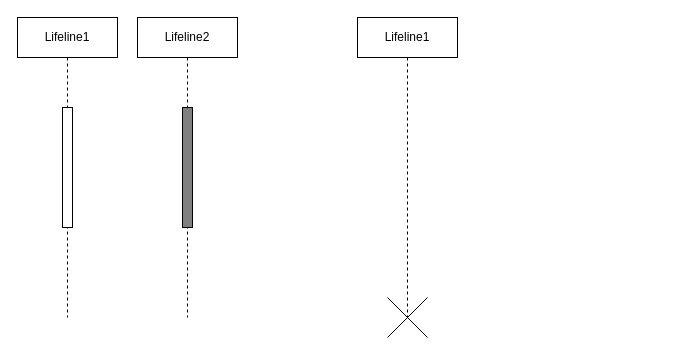
Before: 未命名绘图.drawio in yanglinlong6/design_flowchart, a draw.io diagram. Source tidied: cells renumbered, new cells numbered last; positions are measured from the earlier drawing's top-left corner, leaving out a move shared by most shapes. Both pictures are drawn from the tidied source at 100%, with x=0, y=0 at pixel (17, 17).
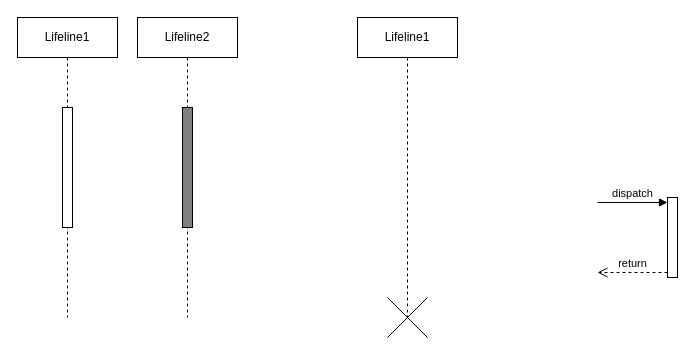
The same page after the edit.

Commit message:
更新未命名绘图.drawio

Diff of the diagram source:
```diff
@@
 <mxGraphModel>
   <root>
     <mxCell id="0" />
     <mxCell id="1" parent="0" />
     <mxCell id="2" value="Lifeline2" style="shape=umlLifeline;perimeter=lifelinePerimeter;whiteSpace=wrap;html=1;newEdgeStyle={&quot;edgeStyle&quot;:&quot;elbowEdgeStyle&quot;,&quot;elbow&quot;:&quot;vertical&quot;,&quot;curved&quot;:0,&quot;rounded&quot;:0};" parent="1" vertex="1">
       <mxGeometry x="120" width="100" height="300" as="geometry" />
     </mxCell>
     <mxCell id="3" style="html=1;perimeter=orthogonalPerimeter;targetShapes=umlLifeline;newEdgeStyle={&quot;curved&quot;:0,&quot;rounded&quot;:0};fillColor=#808080;" parent="2" vertex="1">
       <mxGeometry x="45" y="90" width="10" height="120" as="geometry" />
     </mxCell>
     <mxCell id="4" value="Lifeline1" style="shape=umlLifeline;perimeter=lifelinePerimeter;whiteSpace=wrap;html=1;newEdgeStyle={&quot;edgeStyle&quot;:&quot;elbowEdgeStyle&quot;,&quot;elbow&quot;:&quot;vertical&quot;,&quot;curved&quot;:0,&quot;rounded&quot;:0};" parent="1" vertex="1">
       <mxGeometry width="100" height="300" as="geometry" />
     </mxCell>
     <mxCell id="5" style="html=1;perimeter=orthogonalPerimeter;targetShapes=umlLifeline;newEdgeStyle={&quot;curved&quot;:0,&quot;rounded&quot;:0};" parent="4" vertex="1">
       <mxGeometry x="45" y="90" width="10" height="120" as="geometry" />
     </mxCell>
     <mxCell id="6" value="Lifeline1" style="shape=umlLifeline;perimeter=lifelinePerimeter;whiteSpace=wrap;html=1;newEdgeStyle={&quot;edgeStyle&quot;:&quot;elbowEdgeStyle&quot;,&quot;elbow&quot;:&quot;vertical&quot;,&quot;curved&quot;:0,&quot;rounded&quot;:0};" parent="1" vertex="1">
       <mxGeometry x="340" width="100" height="300" as="geometry" />
     </mxCell>
     <mxCell id="7" style="shape=umlDestroy;dashed=0;targetShapes=umlLifeline;" parent="6" vertex="1">
       <mxGeometry x="30" y="280" width="40" height="40" as="geometry" />
     </mxCell>
+    <mxCell id="8" style="html=1;points=[[0,0,0,0,5],[0,1,0,0,-5],[1,0,0,0,5],[1,1,0,0,-5]];perimeter=orthogonalPerimeter;outlineConnect=0;targetShapes=umlLifeline;portConstraint=eastwest;newEdgeStyle={&quot;curved&quot;:0,&quot;rounded&quot;:0};" parent="1" vertex="1">
+      <mxGeometry x="650" y="180" width="10" height="80" as="geometry" />
+    </mxCell>
+    <mxCell id="9" value="dispatch" style="html=1;verticalAlign=bottom;endArrow=block;curved=0;rounded=0;entryX=0;entryY=0;entryDx=0;entryDy=5;" parent="1" edge="1" target="8">
+      <mxGeometry relative="1" as="geometry">
+        <mxPoint x="580" y="185" as="sourcePoint" />
+      </mxGeometry>
+    </mxCell>
+    <mxCell id="10" value="return" style="html=1;verticalAlign=bottom;endArrow=open;dashed=1;endSize=8;curved=0;rounded=0;exitX=0;exitY=1;exitDx=0;exitDy=-5;" parent="1" edge="1" source="8">
+      <mxGeometry relative="1" as="geometry">
+        <mxPoint x="580" y="255" as="targetPoint" />
+      </mxGeometry>
+    </mxCell>
   </root>
 </mxGraphModel>
```
